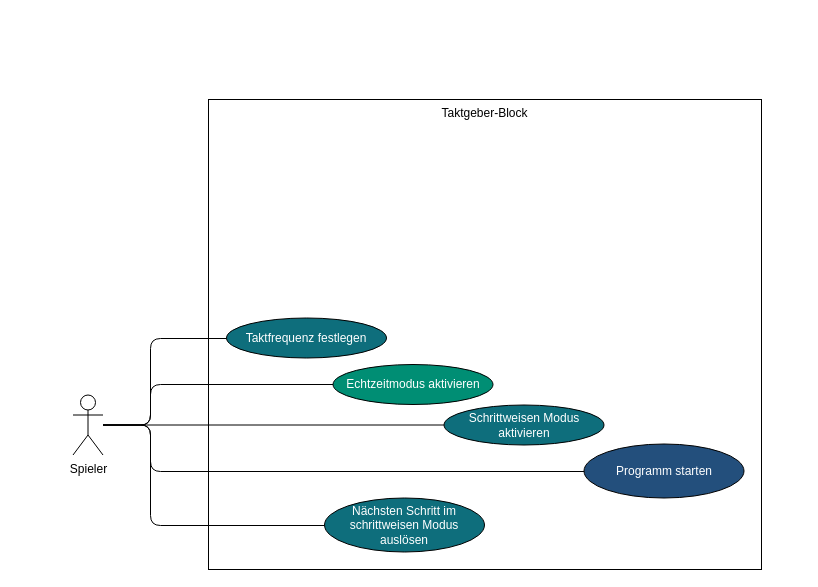
The draw.io diagram Taktgeber-Block.drawio in LundiNord/RISCJ-Diagramms, before the edit. Source tidied: cells renumbered, new cells numbered last; positions are measured from the earlier drawing's top-left corner, leaving out a move shared by most shapes. Both pictures are drawn from the tidied source at 100%, with x=0, y=0 at pixel (72, 99).
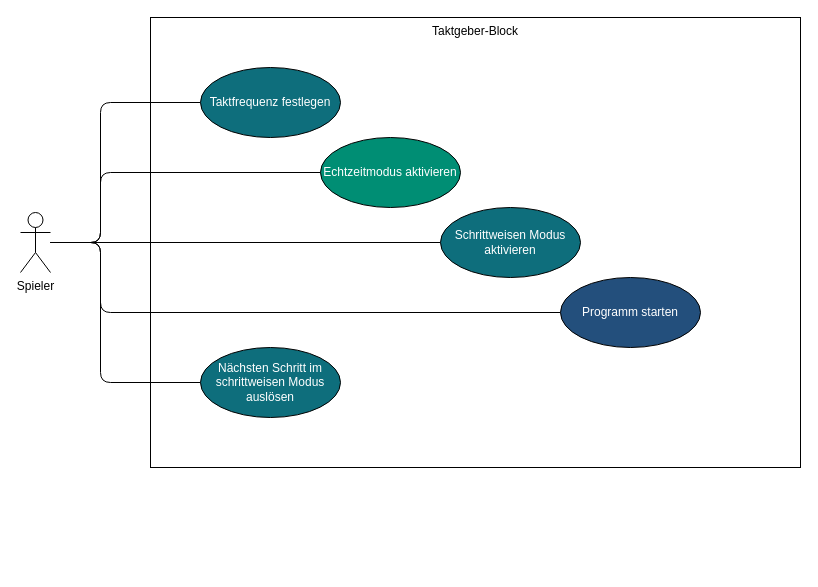
Above is the later version.

Commit message:
Taktgeber-Block.drawio aktualisiert - finalized

The edit, as a diff of the source:
```diff
@@
     <mxCell id="2" value="Taktgeber-Block" style="whiteSpace=wrap;html=1;fillColor=#FFFFFF;verticalAlign=top;" parent="1" vertex="1">
-      <mxGeometry x="136" width="553" height="470" as="geometry" />
+      <mxGeometry x="78" y="-82" width="650" height="450" as="geometry" />
     </mxCell>
+    <mxCell id="7" style="edgeStyle=orthogonalEdgeStyle;shape=connector;rounded=1;jettySize=auto;html=1;labelBackgroundColor=default;strokeColor=default;align=center;verticalAlign=middle;fontFamily=Helvetica;fontSize=11;fontColor=default;endArrow=none;endFill=0;" parent="1" edge="1" source="8" target="9">
+      <mxGeometry relative="1" as="geometry">
+        <Array as="points">
+          <mxPoint x="28" y="143" />
+          <mxPoint x="28" y="3" />
+        </Array>
+      </mxGeometry>
+    </mxCell>
+    <mxCell id="6" style="edgeStyle=orthogonalEdgeStyle;shape=connector;rounded=1;jettySize=auto;html=1;labelBackgroundColor=default;strokeColor=default;align=center;verticalAlign=middle;fontFamily=Helvetica;fontSize=11;fontColor=default;endArrow=none;endFill=0;" parent="1" edge="1" source="8" target="12">
+      <mxGeometry relative="1" as="geometry">
+        <Array as="points">
+          <mxPoint x="28" y="143" />
+          <mxPoint x="28" y="73" />
+        </Array>
+      </mxGeometry>
+    </mxCell>
+    <mxCell id="5" style="edgeStyle=orthogonalEdgeStyle;shape=connector;rounded=1;jettySize=auto;html=1;labelBackgroundColor=default;strokeColor=default;align=center;verticalAlign=middle;fontFamily=Helvetica;fontSize=11;fontColor=default;endArrow=none;endFill=0;" parent="1" edge="1" source="8" target="10">
+      <mxGeometry relative="1" as="geometry" />
+    </mxCell>
+    <mxCell id="4" style="edgeStyle=orthogonalEdgeStyle;shape=connector;rounded=1;jettySize=auto;html=1;labelBackgroundColor=default;strokeColor=default;align=center;verticalAlign=middle;fontFamily=Helvetica;fontSize=11;fontColor=default;endArrow=none;endFill=0;" parent="1" edge="1" source="8" target="13">
+      <mxGeometry relative="1" as="geometry">
+        <Array as="points">
+          <mxPoint x="28" y="143" />
+          <mxPoint x="28" y="213" />
+        </Array>
+      </mxGeometry>
+    </mxCell>
-    <mxCell id="3" style="edgeStyle=orthogonalEdgeStyle;rounded=1;jettySize=auto;html=1;endArrow=none;endFill=0;strokeColor=#000000;" parent="1" edge="1" source="8" target="11">
+    <mxCell id="3" style="edgeStyle=orthogonalEdgeStyle;shape=connector;rounded=1;jettySize=auto;html=1;labelBackgroundColor=default;strokeColor=default;align=center;verticalAlign=middle;fontFamily=Helvetica;fontSize=11;fontColor=default;endArrow=none;endFill=0;" parent="1" edge="1" source="8" target="11">
       <mxGeometry relative="1" as="geometry">
         <Array as="points">
-          <mxPoint x="78" y="326" />
-          <mxPoint x="78" y="426" />
+          <mxPoint x="28" y="143" />
+          <mxPoint x="28" y="283" />
         </Array>
       </mxGeometry>
     </mxCell>
-    <mxCell id="4" style="edgeStyle=orthogonalEdgeStyle;rounded=1;jettySize=auto;html=1;endArrow=none;endFill=0;strokeColor=#000000;" parent="1" edge="1" source="8" target="13">
-      <mxGeometry relative="1" as="geometry">
-        <Array as="points">
-          <mxPoint x="78" y="326" />
-          <mxPoint x="78" y="372" />
-        </Array>
-      </mxGeometry>
-    </mxCell>
-    <mxCell id="5" style="edgeStyle=orthogonalEdgeStyle;rounded=1;jettySize=auto;html=1;endArrow=none;endFill=0;strokeColor=#000000;" parent="1" edge="1" source="8" target="10">
-      <mxGeometry relative="1" as="geometry" />
-    </mxCell>
-    <mxCell id="6" style="edgeStyle=orthogonalEdgeStyle;rounded=1;jettySize=auto;html=1;endArrow=none;endFill=0;strokeColor=#000000;" parent="1" edge="1" source="8" target="12">
-      <mxGeometry relative="1" as="geometry">
-        <Array as="points">
-          <mxPoint x="78" y="326" />
-          <mxPoint x="78" y="285" />
-        </Array>
-      </mxGeometry>
-    </mxCell>
-    <mxCell id="7" style="edgeStyle=orthogonalEdgeStyle;rounded=1;jettySize=auto;html=1;endArrow=none;endFill=0;strokeColor=#000000;" parent="1" edge="1" source="8" target="9">
-      <mxGeometry relative="1" as="geometry">
-        <Array as="points">
-          <mxPoint x="78" y="326" />
-          <mxPoint x="78" y="239" />
-        </Array>
-      </mxGeometry>
-    </mxCell>
     <mxCell id="8" value="Spieler" style="shape=umlActor;verticalLabelPosition=bottom;labelBackgroundColor=#ffffff;verticalAlign=top;html=1;fillColor=none;" parent="1" vertex="1">
-      <mxGeometry x="0.5" y="295.5" width="30" height="60" as="geometry" />
+      <mxGeometry x="-52" y="113" width="30" height="60" as="geometry" />
     </mxCell>
     <mxCell id="9" value="Taktfrequenz festlegen" style="ellipse;whiteSpace=wrap;html=1;fillColor=#0e6e7c;fontColor=#FFFFFF;" parent="1" vertex="1">
-      <mxGeometry x="154" y="218.5" width="160" height="40" as="geometry" />
+      <mxGeometry x="128" y="-32" width="140" height="70" as="geometry" />
     </mxCell>
     <mxCell id="10" value="Schrittweisen Modus aktivieren" style="ellipse;whiteSpace=wrap;html=1;fillColor=#0e6e7c;fontColor=#FFFFFF;" parent="1" vertex="1">
-      <mxGeometry x="371.5" y="305.5" width="160" height="40" as="geometry" />
+      <mxGeometry x="368" y="108" width="140" height="70" as="geometry" />
     </mxCell>
     <mxCell id="11" value="Nächsten Schritt im schrittweisen Modus auslösen" style="ellipse;whiteSpace=wrap;html=1;fillColor=#0e6e7c;fontColor=#FFFFFF;" parent="1" vertex="1">
-      <mxGeometry x="252" y="398.5" width="160" height="54" as="geometry" />
+      <mxGeometry x="128" y="248" width="140" height="70" as="geometry" />
     </mxCell>
     <mxCell id="12" value="Echtzeitmodus aktivieren" style="ellipse;whiteSpace=wrap;html=1;fillColor=#008e74;fontColor=#FFFFFF;" parent="1" vertex="1">
-      <mxGeometry x="260.5" y="265" width="160" height="40" as="geometry" />
+      <mxGeometry x="248" y="38" width="140" height="70" as="geometry" />
     </mxCell>
     <mxCell id="13" value="Programm starten" style="ellipse;whiteSpace=wrap;html=1;fillColor=#234f7c;fontColor=#FFFFFF;" parent="1" vertex="1">
-      <mxGeometry x="511.5" y="344.5" width="160" height="54" as="geometry" />
+      <mxGeometry x="488" y="178" width="140" height="70" as="geometry" />
     </mxCell>
```
